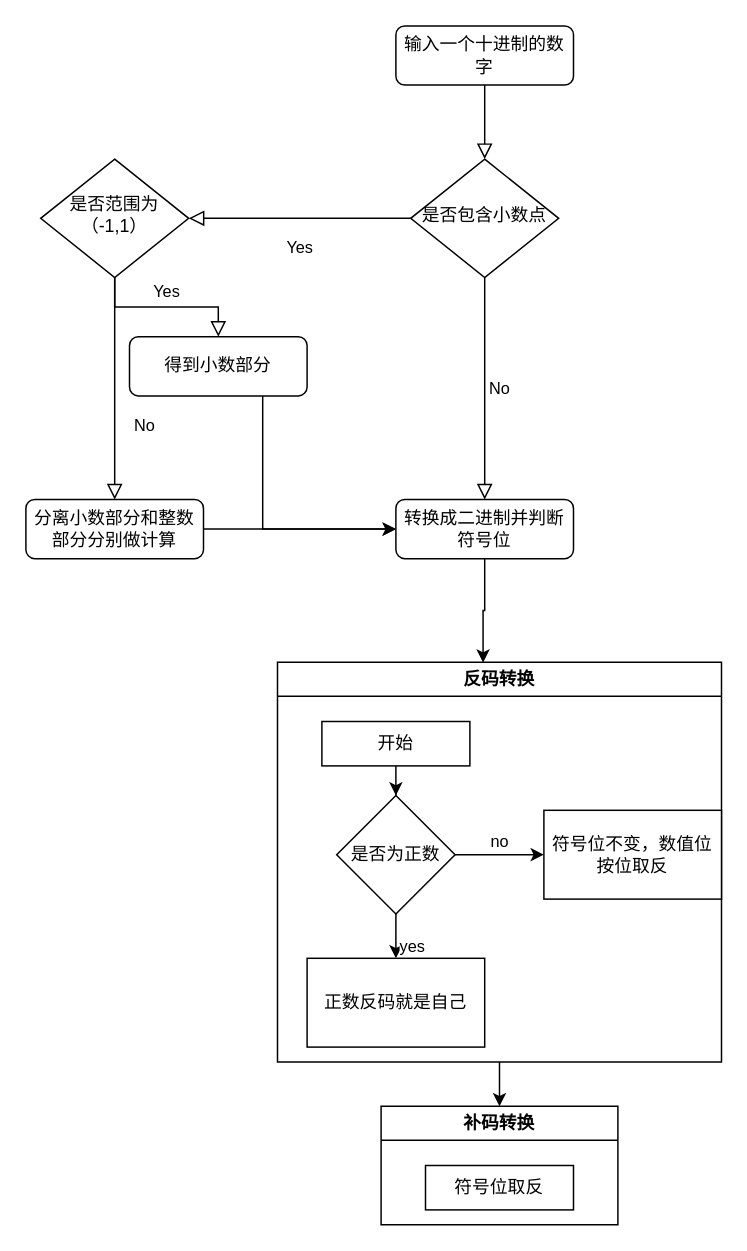
Before: 未命名绘图.drawio in guoyitao/imgBASE, a draw.io diagram. Source tidied: cells renumbered, new cells numbered last; positions are measured from the earlier drawing's top-left corner, leaving out a move shared by most shapes. Both pictures are drawn from the tidied source at 148%, with x=0, y=0 at pixel (25, 25).
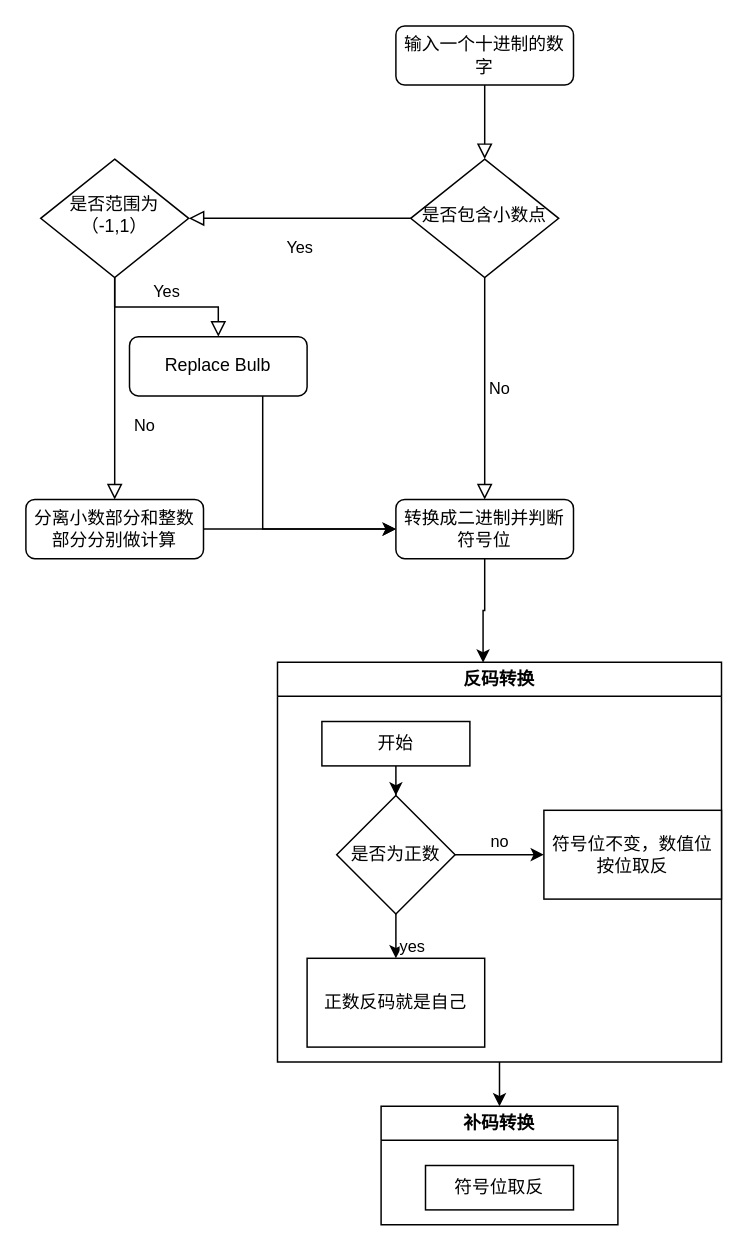
The same page after the edit.

Commit message (it also covers changes not shown here):
更新未命名绘图.drawio

The edit, as a diff of the source:
```diff
@@
-    <mxCell id="13" value="得到小数部分" style="rounded=1;whiteSpace=wrap;html=1;fontSize=12;glass=0;strokeWidth=1;shadow=0;" parent="1" vertex="1">
+    <mxCell id="13" value="Replace Bulb" style="rounded=1;whiteSpace=wrap;html=1;fontSize=12;glass=0;strokeWidth=1;shadow=0;" parent="1" vertex="1">
       <mxGeometry x="70" y="210" width="120" height="40" as="geometry" />
     </mxCell>
```
